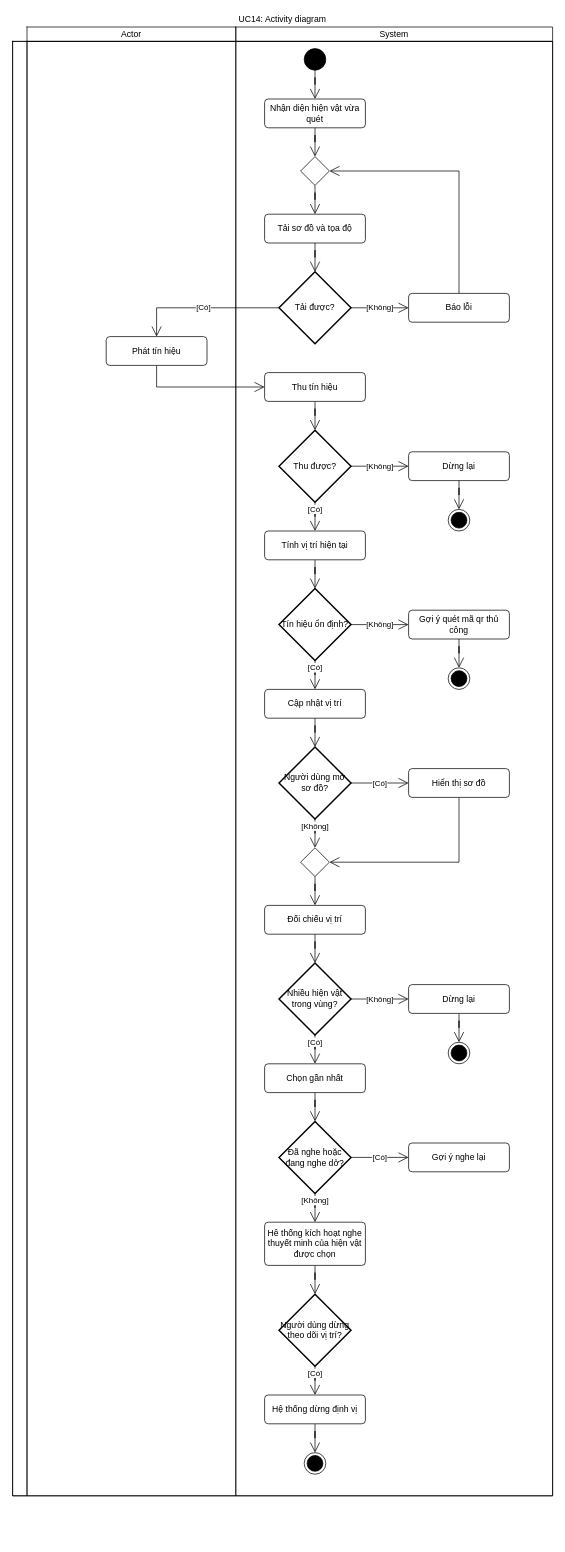
Above: page "UC14_Activity" (29 of 29) of docs/design/use-cases/v1' (thanh)/UCv1'.drawio in Call-me-Ren/Do_an_CNPM (draw.io), before the change. Source tidied: cells renumbered, new cells numbered last; positions are measured from the earlier drawing's top-left corner, leaving out a move shared by most shapes. Both pictures are drawn from the tidied source at 72%, with x=0, y=0 at pixel (12, 12).
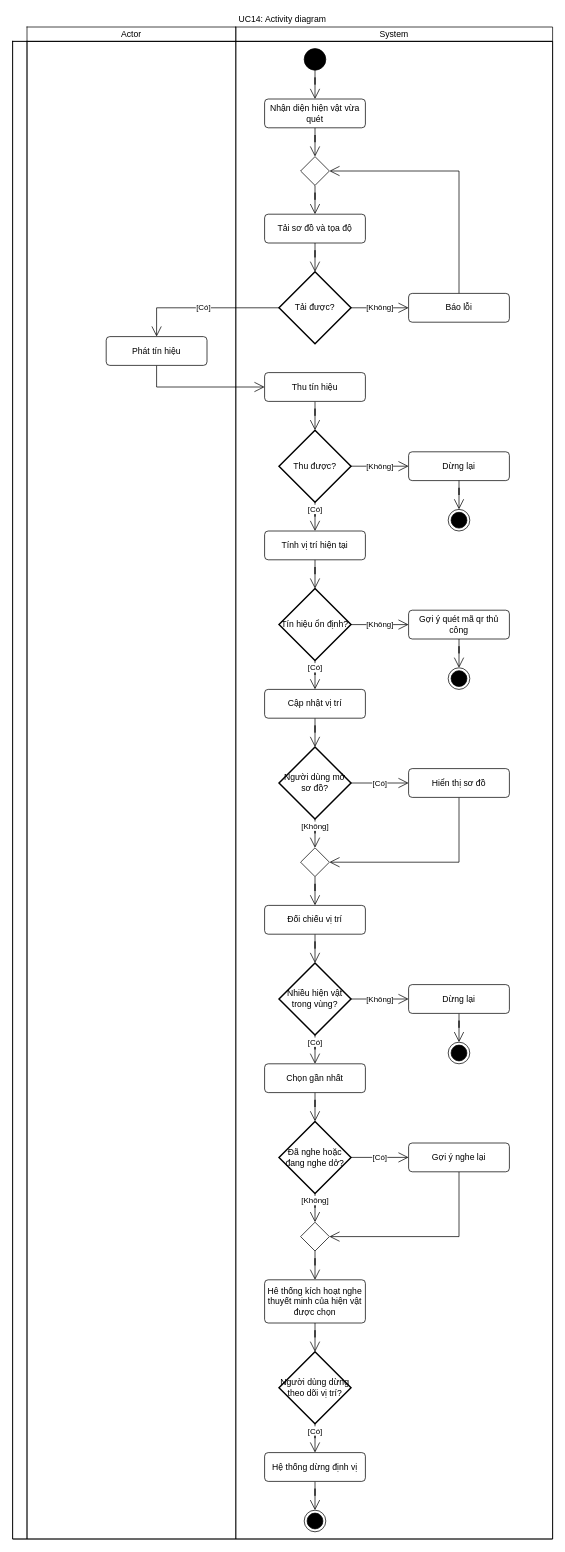
The same page after the edit.

Unchanged cells that the change refers to:
```xml
<mxCell id="63" value="Đã nghe hoặc đang nghe dở?" style="strokeWidth=2;html=1;shape=mxgraph.flowchart.decision;whiteSpace=wrap;" parent="1" vertex="1">
  <mxGeometry x="370" y="1540" width="100" height="100" as="geometry" />
</mxCell>
<mxCell id="64" value="Gợi ý nghe lại" style="html=1;align=center;verticalAlign=middle;rounded=1;absoluteArcSize=1;arcSize=10;dashed=0;whiteSpace=wrap;" parent="1" vertex="1">
  <mxGeometry x="550" y="1570" width="140" height="40" as="geometry" />
</mxCell>
```

Change to the diagram source:
```diff
@@
     <mxCell id="2" value="UC14: Activity diagram" style="shape=table;html=1;whiteSpace=wrap;startSize=20;childLayout=tableLayout;fillColor=none;swimlaneFillColor=#ffffff;strokeColor=none;" parent="1" vertex="1">
-      <mxGeometry width="750" height="2060" as="geometry" />
+      <mxGeometry width="750" height="2120" as="geometry" />
     </mxCell>
@@
     <mxCell id="7" style="shape=partialRectangle;html=1;whiteSpace=wrap;fillColor=none;top=1;left=1;bottom=1;right=1;" parent="2" vertex="1">
-      <mxGeometry y="40" width="750" height="2020" as="geometry" />
+      <mxGeometry y="40" width="750" height="2080" as="geometry" />
     </mxCell>
     <mxCell id="8" style="shape=partialRectangle;html=1;whiteSpace=wrap;fillColor=none;top=1;left=1;bottom=1;right=1;overflow=hidden;horizontal=0;" parent="7" vertex="1">
-      <mxGeometry width="20" height="2020" as="geometry" />
+      <mxGeometry width="20" height="2080" as="geometry" />
     </mxCell>
     <mxCell id="9" style="shape=partialRectangle;html=1;whiteSpace=wrap;fillColor=none;top=1;left=1;bottom=1;right=1;overflow=hidden;" parent="7" vertex="1">
-      <mxGeometry x="20" width="290" height="2020" as="geometry" />
+      <mxGeometry x="20" width="290" height="2080" as="geometry" />
     </mxCell>
     <mxCell id="10" style="shape=partialRectangle;html=1;whiteSpace=wrap;fillColor=none;top=1;left=1;bottom=1;right=1;overflow=hidden;" parent="7" vertex="1">
-      <mxGeometry x="310" width="440" height="2020" as="geometry" />
+      <mxGeometry x="310" width="440" height="2080" as="geometry" />
     </mxCell>
@@
-    <mxCell id="62" value="[Không]" style="edgeStyle=orthogonalEdgeStyle;shape=connector;rounded=0;libavoidRouting=1;jettySize=auto;html=1;strokeColor=default;align=center;verticalAlign=middle;fontFamily=Helvetica;fontSize=11;fontColor=default;labelBackgroundColor=default;defaultLabelBackgroundColor=page;elbow=horizontal;endArrow=open;endSize=12;" parent="1" edge="1" source="63" target="66">
+    <mxCell id="62" value="[Không]" style="edgeStyle=orthogonalEdgeStyle;shape=connector;rounded=0;libavoidRouting=1;jettySize=auto;html=1;strokeColor=default;align=center;verticalAlign=middle;fontFamily=Helvetica;fontSize=11;fontColor=default;labelBackgroundColor=default;defaultLabelBackgroundColor=page;elbow=horizontal;endArrow=open;endSize=12;" parent="1" edge="1" source="63" target="74">
       <mxGeometry relative="1" as="geometry" />
     </mxCell>
@@
+    <mxCell id="72" style="edgeStyle=orthogonalEdgeStyle;shape=connector;rounded=0;libavoidRouting=1;jettySize=auto;html=1;strokeColor=default;align=center;verticalAlign=middle;fontFamily=Helvetica;fontSize=11;fontColor=default;labelBackgroundColor=default;defaultLabelBackgroundColor=page;elbow=horizontal;endArrow=open;endSize=12;" parent="1" edge="1" source="64" target="74">
+      <mxGeometry relative="1" as="geometry">
+        <Array as="points">
+          <mxPoint x="620" y="1700" />
+        </Array>
+      </mxGeometry>
+    </mxCell>
@@
     <mxCell id="66" value="Hê thống kích hoạt nghe thuyết minh của hiện vật được chọn" style="html=1;align=center;verticalAlign=middle;rounded=1;absoluteArcSize=1;arcSize=10;dashed=0;whiteSpace=wrap;" parent="1" vertex="1">
-      <mxGeometry x="350" y="1680" width="140" height="60" as="geometry" />
+      <mxGeometry x="350" y="1760" width="140" height="60" as="geometry" />
     </mxCell>
@@
     <mxCell id="68" value="Người dùng dừng theo dõi vị trí?" style="strokeWidth=2;html=1;shape=mxgraph.flowchart.decision;whiteSpace=wrap;" parent="1" vertex="1">
-      <mxGeometry x="370" y="1780" width="100" height="100" as="geometry" />
+      <mxGeometry x="370" y="1860" width="100" height="100" as="geometry" />
     </mxCell>
@@
     <mxCell id="70" value="Hệ thống dừng định vị" style="html=1;align=center;verticalAlign=middle;rounded=1;absoluteArcSize=1;arcSize=10;dashed=0;whiteSpace=wrap;" parent="1" vertex="1">
-      <mxGeometry x="350" y="1920" width="140" height="40" as="geometry" />
+      <mxGeometry x="350" y="2000" width="140" height="40" as="geometry" />
     </mxCell>
     <mxCell id="71" style="ellipse;html=1;shape=endState;fillColor=strokeColor;" parent="1" vertex="1">
-      <mxGeometry x="405" y="2000" width="30" height="30" as="geometry" />
+      <mxGeometry x="405" y="2080" width="30" height="30" as="geometry" />
     </mxCell>
+    <mxCell id="73" style="edgeStyle=orthogonalEdgeStyle;shape=connector;rounded=0;libavoidRouting=1;jettySize=auto;html=1;strokeColor=default;align=center;verticalAlign=middle;fontFamily=Helvetica;fontSize=11;fontColor=default;labelBackgroundColor=default;defaultLabelBackgroundColor=page;elbow=horizontal;endArrow=open;endSize=12;" parent="1" edge="1" source="74" target="66">
+      <mxGeometry relative="1" as="geometry" />
+    </mxCell>
+    <mxCell id="74" style="shape=rhombus;html=1;verticalLabelPosition=bottom;verticalAlignment=top;" parent="1" vertex="1">
+      <mxGeometry x="400" y="1680" width="40" height="40" as="geometry" />
+    </mxCell>
```
